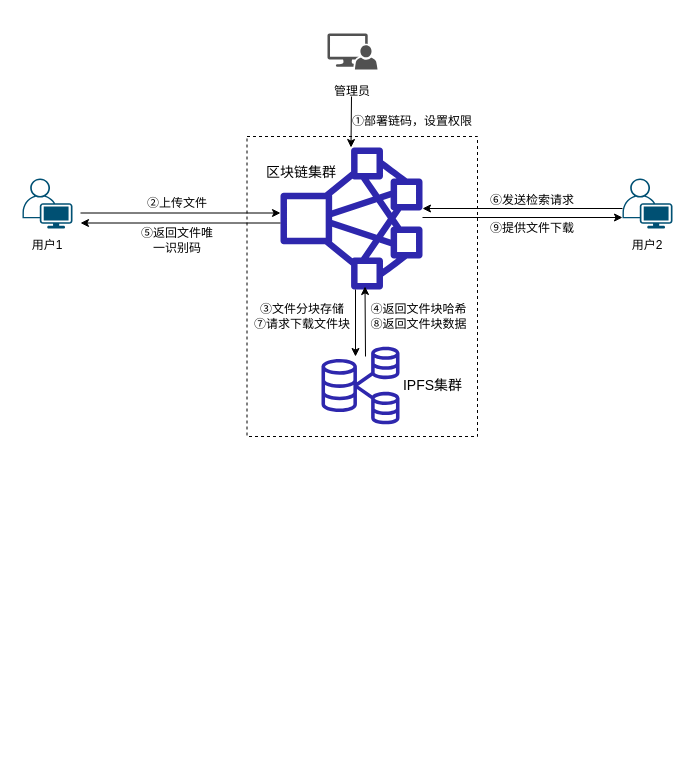
Before: ipfsmodel.drawio in DingAllen/2022-leetcode, a draw.io diagram. Source tidied: cells renumbered, new cells numbered last; positions are measured from the earlier drawing's top-left corner, leaving out a move shared by most shapes. Both pictures are drawn from the tidied source at 100%, with x=0, y=0 at pixel (17, 33).
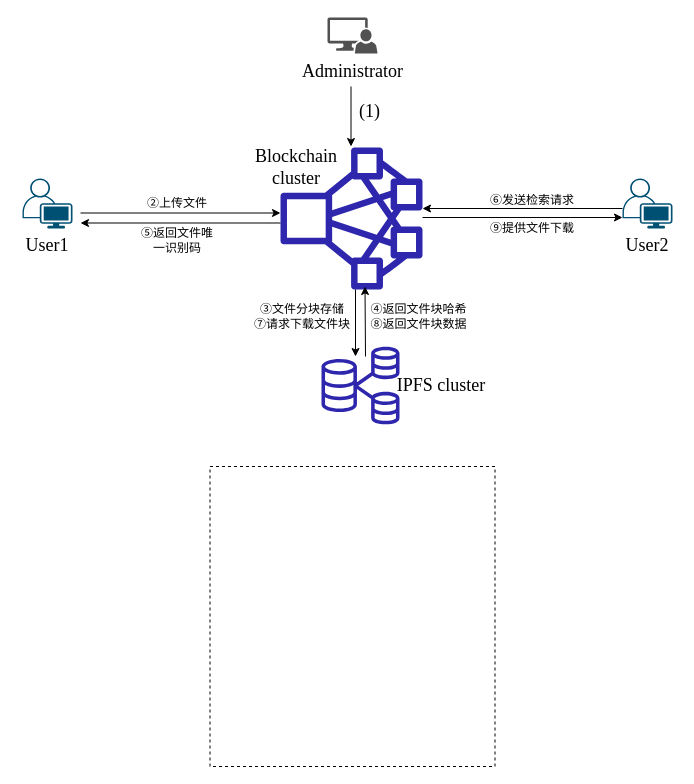
Above is the later version.

What changed in the source:
```diff
@@
     <mxCell id="2" style="sketch=0;shadow=0;dashed=0;html=1;strokeColor=none;labelPosition=center;verticalLabelPosition=bottom;verticalAlign=top;align=center;fillColor=#515151;shape=mxgraph.mscae.system_center.admin_console;" parent="1" vertex="1">
-      <mxGeometry x="310" width="50" height="36" as="geometry" />
+      <mxGeometry x="310" y="-16" width="50" height="36" as="geometry" />
     </mxCell>
@@
-    <mxCell id="4" value="用户1" style="text;html=1;strokeColor=none;fillColor=none;align=center;verticalAlign=middle;whiteSpace=wrap;rounded=0;" parent="1" vertex="1">
+    <mxCell id="4" value="&lt;font face=&quot;Times New Roman&quot; style=&quot;font-size: 18px;&quot;&gt;User1&lt;/font&gt;" style="text;html=1;strokeColor=none;fillColor=none;align=center;verticalAlign=middle;whiteSpace=wrap;rounded=0;" parent="1" vertex="1">
       <mxGeometry y="198" width="60" height="27" as="geometry" />
     </mxCell>
-    <mxCell id="5" value="管理员" style="text;html=1;strokeColor=none;fillColor=none;align=center;verticalAlign=middle;whiteSpace=wrap;rounded=0;" parent="1" vertex="1">
-      <mxGeometry x="305" y="43" width="60" height="30" as="geometry" />
+    <mxCell id="5" value="&lt;font style=&quot;font-size: 18px;&quot; face=&quot;Times New Roman&quot;&gt;Administrator&lt;/font&gt;" style="text;html=1;strokeColor=none;fillColor=none;align=center;verticalAlign=middle;whiteSpace=wrap;rounded=0;" parent="1" vertex="1">
+      <mxGeometry x="282.5" y="23" width="105" height="30" as="geometry" />
     </mxCell>
@@
-    <mxCell id="7" value="&lt;font style=&quot;font-size: 14px;&quot;&gt;IPFS集群&lt;/font&gt;" style="text;html=1;strokeColor=none;fillColor=none;align=center;verticalAlign=middle;whiteSpace=wrap;rounded=0;" parent="1" vertex="1">
-      <mxGeometry x="382" y="337" width="67" height="30" as="geometry" />
+    <mxCell id="7" value="&lt;font face=&quot;Times New Roman&quot; style=&quot;font-size: 18px;&quot;&gt;IPFS cluster&lt;/font&gt;" style="text;html=1;strokeColor=none;fillColor=none;align=center;verticalAlign=middle;whiteSpace=wrap;rounded=0;" parent="1" vertex="1">
+      <mxGeometry x="369.5" y="337" width="108" height="30" as="geometry" />
     </mxCell>
@@
-    <mxCell id="10" value="用户2" style="text;html=1;strokeColor=none;fillColor=none;align=center;verticalAlign=middle;whiteSpace=wrap;rounded=0;" parent="1" vertex="1">
-      <mxGeometry x="600" y="198" width="60" height="27" as="geometry" />
-    </mxCell>
-    <mxCell id="11" value="①部署链码，设置权限" style="text;html=1;strokeColor=none;fillColor=none;align=center;verticalAlign=middle;whiteSpace=wrap;rounded=0;" parent="1" vertex="1">
-      <mxGeometry x="320" y="73" width="150" height="30" as="geometry" />
+    <mxCell id="11" value="&lt;font style=&quot;font-size: 18px;&quot; face=&quot;Times New Roman&quot;&gt;(1)&lt;/font&gt;" style="text;html=1;strokeColor=none;fillColor=none;align=left;verticalAlign=middle;whiteSpace=wrap;rounded=0;" parent="1" vertex="1">
+      <mxGeometry x="339.5" y="63" width="70" height="30" as="geometry" />
     </mxCell>
@@
     <mxCell id="17" style="endArrow=classic;html=1;rounded=0;" parent="1" edge="1">
       <mxGeometry relative="1" as="geometry">
-        <mxPoint x="334" y="63" as="sourcePoint" />
-        <mxPoint x="333.5" y="114" as="targetPoint" />
+        <mxPoint x="333.5" y="53" as="sourcePoint" />
+        <mxPoint x="333.5" y="113" as="targetPoint" />
       </mxGeometry>
     </mxCell>
@@
-    <mxCell id="22" value="&lt;font style=&quot;font-size: 14px;&quot;&gt;区块链集群&lt;/font&gt;" style="text;html=1;strokeColor=none;fillColor=none;align=center;verticalAlign=middle;whiteSpace=wrap;rounded=0;" parent="1" vertex="1">
-      <mxGeometry x="240" y="123" width="88" height="32" as="geometry" />
+    <mxCell id="22" value="&lt;font face=&quot;Times New Roman&quot; style=&quot;font-size: 18px;&quot;&gt;Blockchain cluster&lt;/font&gt;" style="text;html=1;strokeColor=none;fillColor=none;align=center;verticalAlign=middle;whiteSpace=wrap;rounded=0;" parent="1" vertex="1">
+      <mxGeometry x="229.5" y="113" width="98" height="42" as="geometry" />
     </mxCell>
@@
     <mxCell id="26" style="rounded=0;whiteSpace=wrap;html=1;fillStyle=auto;dashed=1;fillColor=none;" parent="1" vertex="1">
-      <mxGeometry x="229.5" y="103" width="230.5" height="300" as="geometry" />
+      <mxGeometry x="192.5" y="433" width="285" height="300" as="geometry" />
     </mxCell>
+    <mxCell id="27" value="&lt;font face=&quot;Times New Roman&quot; style=&quot;font-size: 18px;&quot;&gt;User2&lt;/font&gt;" style="text;html=1;strokeColor=none;fillColor=none;align=center;verticalAlign=middle;whiteSpace=wrap;rounded=0;" parent="1" vertex="1">
+      <mxGeometry x="600" y="198" width="60" height="27" as="geometry" />
+    </mxCell>
```
